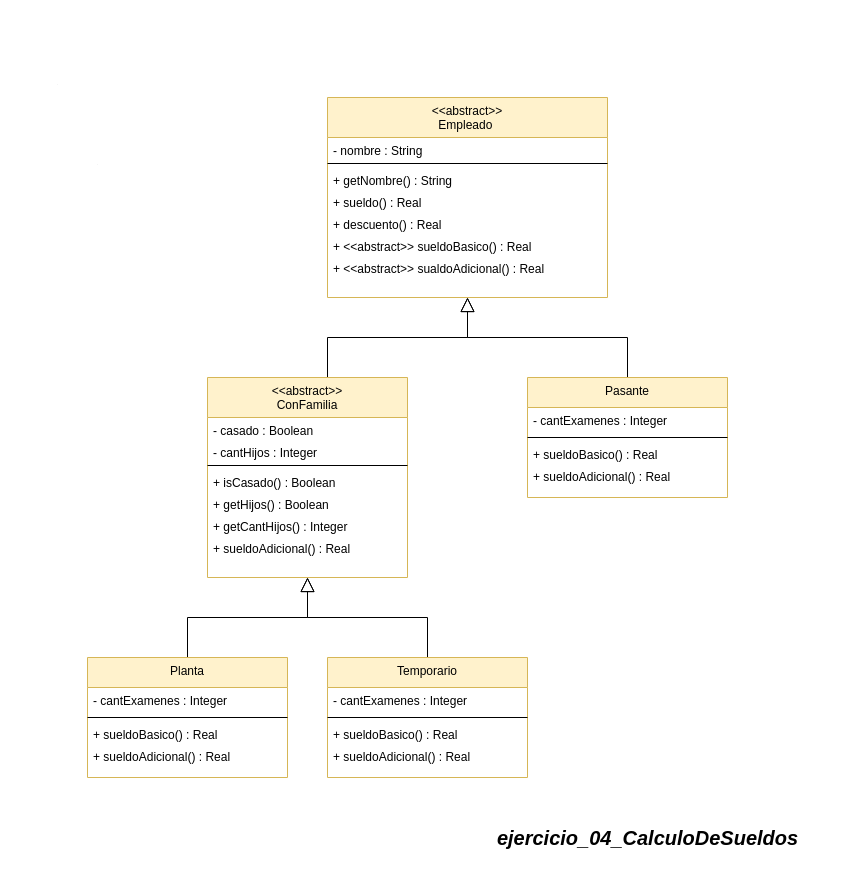
This is Practicas/Patrones/ejercicio_04_CalculoDeSueldos/UML/ejercicio_04_CalculoDeSueldos.drawio from TaielNxz/OO2, a draw.io file, before an edit. Source tidied: cells renumbered, new cells numbered last; positions are measured from the earlier drawing's top-left corner, leaving out a move shared by most shapes. Both pictures are drawn from the tidied source at 100%, with x=0, y=0 at pixel (47, 57).
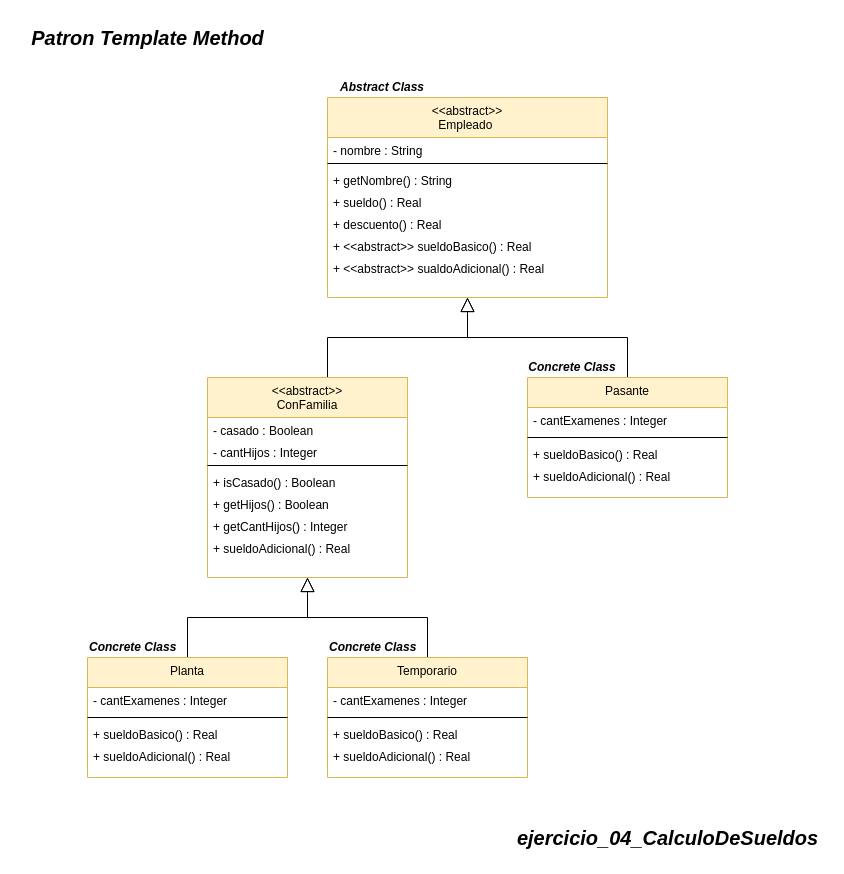
The same diagram, later.

Commit message (it also covers changes not shown here):
actualizo uml del ejercicio 4 de patrones

Diff of the diagram source:
```diff
@@
     <mxCell id="2" value="&lt;span style=&quot;font-size: 20px;&quot;&gt;&lt;b&gt;&lt;i&gt;ejercicio_04_CalculoDeSueldos&lt;/i&gt;&lt;/b&gt;&lt;/span&gt;" style="text;html=1;align=center;verticalAlign=middle;strokeColor=none;fillColor=none;" parent="1" vertex="1">
-      <mxGeometry x="440" y="760" width="320" height="40" as="geometry" />
+      <mxGeometry x="460" y="760" width="320" height="40" as="geometry" />
     </mxCell>
@@
+    <mxCell id="40" value="&lt;b style=&quot;&quot;&gt;&lt;i&gt;&lt;font style=&quot;font-size: 20px;&quot;&gt;Patron Template Method&lt;/font&gt;&lt;/i&gt;&lt;/b&gt;" style="text;html=1;align=center;verticalAlign=middle;strokeColor=none;fillColor=none;" parent="1" vertex="1">
+      <mxGeometry x="-30" y="-40" width="260" height="40" as="geometry" />
+    </mxCell>
+    <mxCell id="41" value="&lt;font size=&quot;1&quot; style=&quot;&quot;&gt;&lt;b style=&quot;&quot;&gt;&lt;i style=&quot;font-size: 12px;&quot;&gt;Abstract Class&lt;/i&gt;&lt;/b&gt;&lt;/font&gt;" style="text;html=1;align=center;verticalAlign=middle;whiteSpace=wrap;rounded=0;" parent="1" vertex="1">
+      <mxGeometry x="280" y="20" width="110" height="20" as="geometry" />
+    </mxCell>
+    <mxCell id="42" value="&lt;b style=&quot;forced-color-adjust: none; color: rgb(0, 0, 0); font-family: Helvetica; font-style: normal; font-variant-ligatures: normal; font-variant-caps: normal; letter-spacing: normal; orphans: 2; text-indent: 0px; text-transform: none; widows: 2; word-spacing: 0px; -webkit-text-stroke-width: 0px; white-space: normal; background-color: rgb(251, 251, 251); text-decoration-thickness: initial; text-decoration-style: initial; text-decoration-color: initial;&quot;&gt;&lt;i style=&quot;forced-color-adjust: none;&quot;&gt;&lt;font style=&quot;font-size: 12px;&quot;&gt;Concrete Class&lt;/font&gt;&lt;/i&gt;&lt;/b&gt;" style="text;whiteSpace=wrap;html=1;align=center;verticalAlign=middle;" parent="1" vertex="1">
+      <mxGeometry x="480" y="300" width="90" height="20" as="geometry" />
+    </mxCell>
+    <mxCell id="43" value="&lt;b style=&quot;forced-color-adjust: none; color: rgb(0, 0, 0); font-family: Helvetica; font-style: normal; font-variant-ligatures: normal; font-variant-caps: normal; letter-spacing: normal; orphans: 2; text-align: center; text-indent: 0px; text-transform: none; widows: 2; word-spacing: 0px; -webkit-text-stroke-width: 0px; white-space: normal; background-color: rgb(251, 251, 251); text-decoration-thickness: initial; text-decoration-style: initial; text-decoration-color: initial;&quot;&gt;&lt;i style=&quot;forced-color-adjust: none;&quot;&gt;&lt;font style=&quot;font-size: 12px;&quot;&gt;Concrete Class&lt;/font&gt;&lt;/i&gt;&lt;/b&gt;" style="text;whiteSpace=wrap;html=1;verticalAlign=middle;" parent="1" vertex="1">
+      <mxGeometry x="40" y="580" width="90" height="20" as="geometry" />
+    </mxCell>
+    <mxCell id="44" value="&lt;b style=&quot;forced-color-adjust: none; color: rgb(0, 0, 0); font-family: Helvetica; font-style: normal; font-variant-ligatures: normal; font-variant-caps: normal; letter-spacing: normal; orphans: 2; text-align: center; text-indent: 0px; text-transform: none; widows: 2; word-spacing: 0px; -webkit-text-stroke-width: 0px; white-space: normal; background-color: rgb(251, 251, 251); text-decoration-thickness: initial; text-decoration-style: initial; text-decoration-color: initial;&quot;&gt;&lt;i style=&quot;forced-color-adjust: none;&quot;&gt;&lt;font style=&quot;font-size: 12px;&quot;&gt;Concrete Class&lt;/font&gt;&lt;/i&gt;&lt;/b&gt;" style="text;whiteSpace=wrap;html=1;verticalAlign=middle;" parent="1" vertex="1">
+      <mxGeometry x="280" y="580" width="90" height="20" as="geometry" />
+    </mxCell>
```
